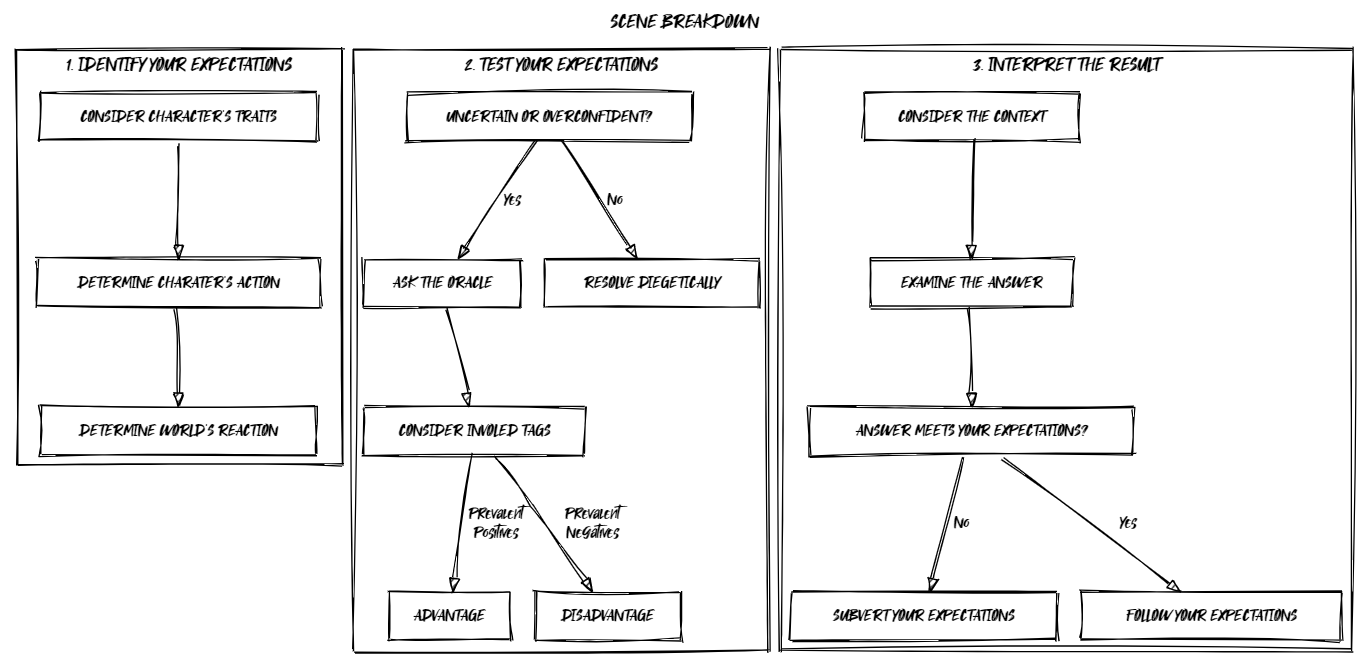
The Graphviz diagram diagrams/scene_breakdown.png in zeruhur/loner, before a commit. Its source is kept beside it as diagrams/scene_breakdown.dot.
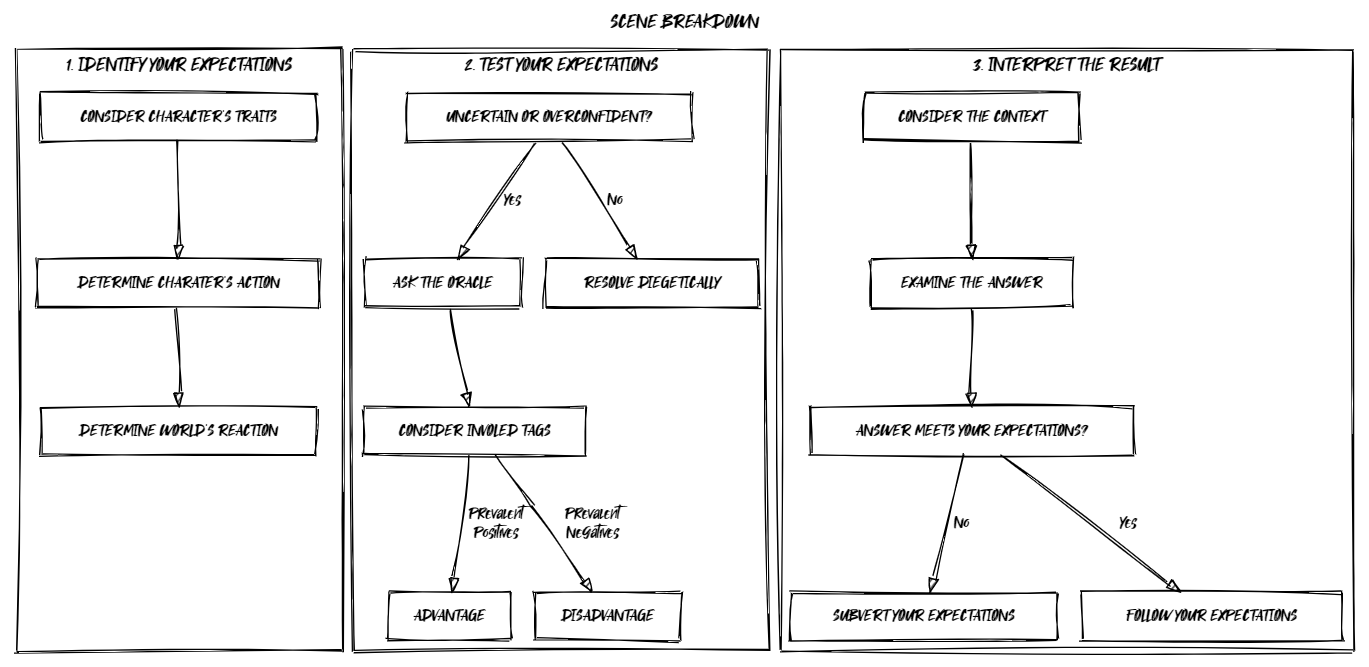
Later version of the same file.

What changed in the source:
```diff
@@ -11,8 +11,10 @@
         cs01 [label = "CONSIDER CHARACTER'S TRAITS"];
         cs02 [label = "DETERMINE CHARATER'S ACTION"];
         cs03 [label = "DETERMINE WORLD'S REACTION"];
+        cs04 [style = "invis"];
 
         cs01 -> cs02 -> cs03;
+        cs03 -> cs04 [style="invis"];
 
     }
     subgraph cluster_1 {
```
